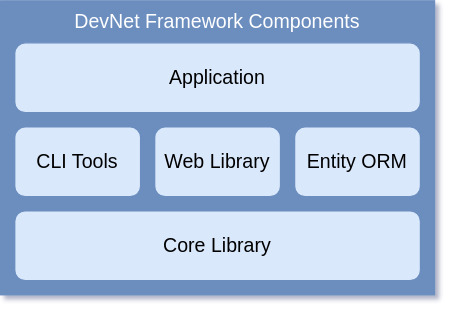
The draw.io diagram src/assets/images/framework.svg in DevNet-Framework/devnet-framework.github.io, before a commit. Source tidied: cells renumbered, new cells last; positions are measured from the earlier drawing's top-left corner, leaving out a move shared by most shapes.
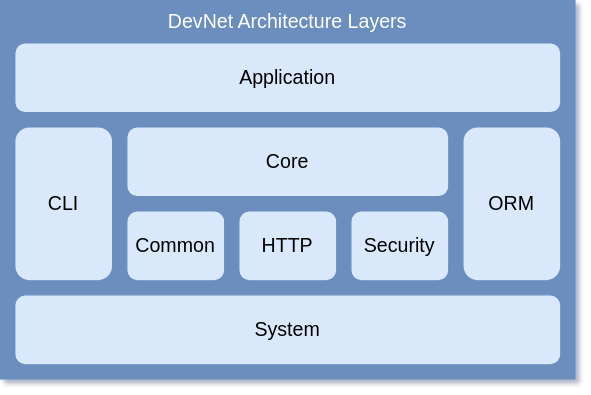
After the commit.

Change to the diagram source:
```diff
@@ -2,23 +2,32 @@
   <root>
     <mxCell id="0" />
     <mxCell id="1" parent="0" />
-    <mxCell id="2" value="DevNet Framework Components" style="shape=ext;rounded=0;html=1;whiteSpace=wrap;strokeColor=#6C8EBF;verticalAlign=top;fillColor=#6C8EBF;fontColor=#FFFFFF;fontSize=14;" parent="1" vertex="1">
-      <mxGeometry width="310" height="210" as="geometry" />
+    <mxCell id="2" value="DevNet Architecture Layers" style="shape=ext;rounded=0;html=1;whiteSpace=wrap;strokeColor=#6C8EBF;verticalAlign=top;fillColor=#6C8EBF;fontColor=#FFFFFF;fontSize=14;" parent="1" vertex="1">
+      <mxGeometry x="-40" width="410" height="270" as="geometry" />
     </mxCell>
-    <mxCell id="3" value="Web Library" style="shape=ext;rounded=1;html=1;whiteSpace=wrap;gradientColor=none;fillColor=#DAE8FC;strokeColor=#6C8EBF;fontSize=14;" parent="1" vertex="1">
-      <mxGeometry x="110" y="90" width="90" height="50" as="geometry" />
+    <mxCell id="3" value="Common" style="shape=ext;rounded=1;html=1;whiteSpace=wrap;gradientColor=none;fillColor=#DAE8FC;strokeColor=#6C8EBF;fontSize=14;" parent="1" vertex="1">
+      <mxGeometry x="50" y="150" width="70" height="50" as="geometry" />
     </mxCell>
-    <mxCell id="4" value="Entity ORM" style="shape=ext;rounded=1;html=1;whiteSpace=wrap;gradientColor=none;fillColor=#DAE8FC;strokeColor=#6C8EBF;fontSize=14;" parent="1" vertex="1">
-      <mxGeometry x="210" y="90" width="90" height="50" as="geometry" />
+    <mxCell id="4" value="HTTP" style="shape=ext;rounded=1;html=1;whiteSpace=wrap;gradientColor=none;fillColor=#DAE8FC;strokeColor=#6C8EBF;fontSize=14;" parent="1" vertex="1">
+      <mxGeometry x="130" y="150" width="70" height="50" as="geometry" />
     </mxCell>
-    <mxCell id="5" value="&lt;span style=&quot;font-size: 14px;&quot;&gt;CLI Tools&lt;/span&gt;" style="shape=ext;rounded=1;html=1;whiteSpace=wrap;strokeColor=#6C8EBF;fillColor=#DAE8FC;" parent="1" vertex="1">
-      <mxGeometry x="10" y="90" width="90" height="50" as="geometry" />
-    </mxCell>
-    <mxCell id="6" value="Core Library" style="shape=ext;rounded=1;html=1;whiteSpace=wrap;gradientColor=none;fillColor=#DAE8FC;strokeColor=#6C8EBF;fontSize=14;" parent="1" vertex="1">
-      <mxGeometry x="10" y="150" width="290" height="50" as="geometry" />
+    <mxCell id="6" value="System" style="shape=ext;rounded=1;html=1;whiteSpace=wrap;gradientColor=none;fillColor=#DAE8FC;strokeColor=#6C8EBF;fontSize=14;" parent="1" vertex="1">
+      <mxGeometry x="-30" y="210" width="390" height="50" as="geometry" />
     </mxCell>
     <mxCell id="7" value="Application" style="shape=ext;rounded=1;html=1;whiteSpace=wrap;gradientColor=none;fillColor=#DAE8FC;strokeColor=#6C8EBF;fontSize=14;" parent="1" vertex="1">
-      <mxGeometry x="10" y="30" width="290" height="50" as="geometry" />
+      <mxGeometry x="-30" y="30" width="390" height="50" as="geometry" />
     </mxCell>
+    <mxCell id="8" value="Core" style="shape=ext;rounded=1;html=1;whiteSpace=wrap;gradientColor=none;fillColor=#DAE8FC;strokeColor=#6C8EBF;fontSize=14;" parent="1" vertex="1">
+      <mxGeometry x="50" y="90" width="230" height="50" as="geometry" />
+    </mxCell>
+    <mxCell id="9" value="Security" style="shape=ext;rounded=1;html=1;whiteSpace=wrap;gradientColor=none;fillColor=#DAE8FC;strokeColor=#6C8EBF;fontSize=14;" parent="1" vertex="1">
+      <mxGeometry x="210" y="150" width="70" height="50" as="geometry" />
+    </mxCell>
+    <mxCell id="10" value="CLI" style="shape=ext;rounded=1;html=1;whiteSpace=wrap;gradientColor=none;fillColor=#DAE8FC;strokeColor=#6C8EBF;fontSize=14;" parent="1" vertex="1">
+      <mxGeometry x="-30" y="90" width="70" height="110" as="geometry" />
+    </mxCell>
+    <mxCell id="11" value="ORM" style="shape=ext;rounded=1;html=1;whiteSpace=wrap;gradientColor=none;fillColor=#DAE8FC;strokeColor=#6C8EBF;fontSize=14;" parent="1" vertex="1">
+      <mxGeometry x="290" y="90" width="70" height="110" as="geometry" />
+    </mxCell>
   </root>
 </mxGraphModel>
```
